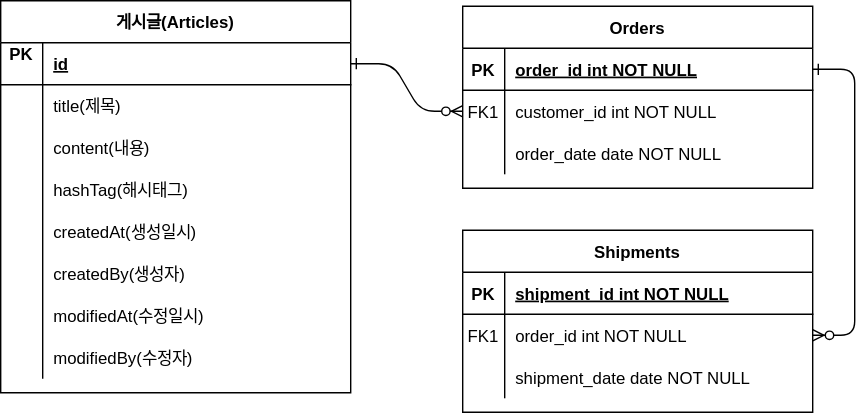
Earlier version of the draw.io export document/project-board-erd.svg (audmslpl/fastcampus-project-board). Source tidied: cells renumbered, new cells last; positions are measured from the earlier drawing's top-left corner, leaving out a move shared by most shapes.
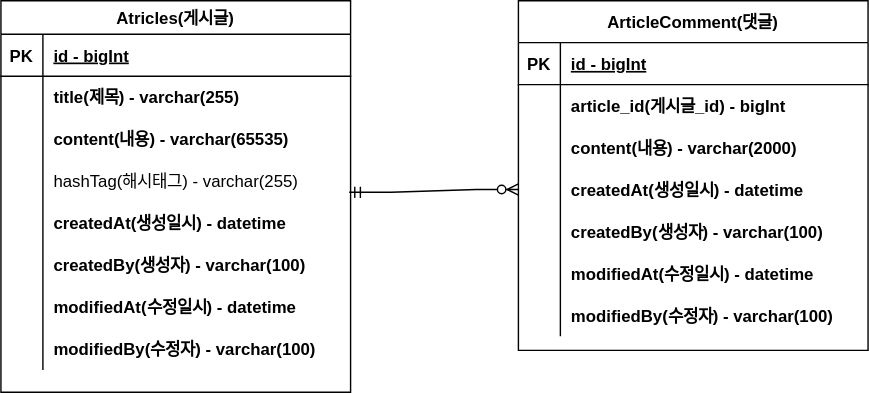
Later version of the same file.

Diff of the diagram source:
```diff
@@ -2,146 +2,149 @@
   <root>
     <mxCell id="0" />
     <mxCell id="1" parent="0" />
-    <mxCell id="2" style="edgeStyle=entityRelationEdgeStyle;endArrow=ERzeroToMany;startArrow=ERone;endFill=1;startFill=0;" parent="1" edge="1" source="25" target="8">
-      <mxGeometry relative="1" as="geometry" />
-    </mxCell>
-    <mxCell id="3" style="edgeStyle=entityRelationEdgeStyle;endArrow=ERzeroToMany;startArrow=ERone;endFill=1;startFill=0;" parent="1" edge="1" source="5" target="18">
-      <mxGeometry relative="1" as="geometry" />
-    </mxCell>
-    <mxCell id="4" value="Orders" style="shape=table;startSize=30;rowLines=0;fontStyle=1;align=center;" parent="1" vertex="1">
-      <mxGeometry x="330" y="4" width="250" height="130" as="geometry" />
-    </mxCell>
-    <mxCell id="5" style="shape=partialRectangle;fillColor=none;points=[[0,0.5],[1,0.5]];portConstraint=eastwest;top=0;left=0;right=0;bottom=1;" parent="4" vertex="1">
-      <mxGeometry y="30" width="250" height="30" as="geometry" />
-    </mxCell>
-    <mxCell id="6" value="PK" style="shape=partialRectangle;overflow=hidden;fillColor=none;top=0;left=0;bottom=0;right=0;fontStyle=1;" parent="5" vertex="1">
-      <mxGeometry width="30" height="30" as="geometry" />
-    </mxCell>
-    <mxCell id="7" value="order_id int NOT NULL " style="shape=partialRectangle;overflow=hidden;fillColor=none;top=0;left=0;bottom=0;right=0;align=left;spacingLeft=6;fontStyle=5;" parent="5" vertex="1">
-      <mxGeometry x="30" width="220" height="30" as="geometry" />
-    </mxCell>
-    <mxCell id="8" style="shape=partialRectangle;fillColor=none;points=[[0,0.5],[1,0.5]];portConstraint=eastwest;top=0;left=0;right=0;bottom=0;" parent="4" vertex="1">
-      <mxGeometry y="60" width="250" height="30" as="geometry" />
-    </mxCell>
-    <mxCell id="9" value="FK1" style="shape=partialRectangle;overflow=hidden;fillColor=none;top=0;left=0;bottom=0;right=0;" parent="8" vertex="1">
-      <mxGeometry width="30" height="30" as="geometry" />
-    </mxCell>
-    <mxCell id="10" value="customer_id int NOT NULL" style="shape=partialRectangle;overflow=hidden;fillColor=none;top=0;left=0;bottom=0;right=0;align=left;spacingLeft=6;" parent="8" vertex="1">
-      <mxGeometry x="30" width="220" height="30" as="geometry" />
-    </mxCell>
-    <mxCell id="11" style="shape=partialRectangle;fillColor=none;top=0;left=0;right=0;bottom=0;" parent="4" vertex="1">
-      <mxGeometry y="90" width="250" height="30" as="geometry" />
-    </mxCell>
-    <mxCell id="12" style="shape=partialRectangle;overflow=hidden;fillColor=none;top=0;left=0;bottom=0;right=0;" parent="11" vertex="1">
-      <mxGeometry width="30" height="30" as="geometry" />
-    </mxCell>
-    <mxCell id="13" value="order_date date NOT NULL" style="shape=partialRectangle;overflow=hidden;fillColor=none;top=0;left=0;bottom=0;right=0;align=left;spacingLeft=6;" parent="11" vertex="1">
-      <mxGeometry x="30" width="220" height="30" as="geometry" />
-    </mxCell>
-    <mxCell id="14" value="Shipments" style="shape=table;startSize=30;rowLines=0;fontStyle=1;align=center;" parent="1" vertex="1">
-      <mxGeometry x="330" y="164" width="250" height="130" as="geometry" />
-    </mxCell>
-    <mxCell id="15" style="shape=partialRectangle;fillColor=none;top=0;left=0;right=0;bottom=1;" parent="14" vertex="1">
-      <mxGeometry y="30" width="250" height="30" as="geometry" />
-    </mxCell>
-    <mxCell id="16" value="PK" style="shape=partialRectangle;overflow=hidden;fillColor=none;top=0;left=0;bottom=0;right=0;fontStyle=1;" parent="15" vertex="1">
-      <mxGeometry width="30" height="30" as="geometry" />
-    </mxCell>
-    <mxCell id="17" value="shipment_id int NOT NULL " style="shape=partialRectangle;overflow=hidden;fillColor=none;top=0;left=0;bottom=0;right=0;align=left;spacingLeft=6;fontStyle=5;" parent="15" vertex="1">
-      <mxGeometry x="30" width="220" height="30" as="geometry" />
-    </mxCell>
-    <mxCell id="18" style="shape=partialRectangle;fillColor=none;points=[[0,0.5],[1,0.5]];portConstraint=eastwest;top=0;left=0;right=0;bottom=0;" parent="14" vertex="1">
-      <mxGeometry y="60" width="250" height="30" as="geometry" />
-    </mxCell>
-    <mxCell id="19" value="FK1" style="shape=partialRectangle;overflow=hidden;fillColor=none;top=0;left=0;bottom=0;right=0;" parent="18" vertex="1">
-      <mxGeometry width="30" height="30" as="geometry" />
-    </mxCell>
-    <mxCell id="20" value="order_id int NOT NULL" style="shape=partialRectangle;overflow=hidden;fillColor=none;top=0;left=0;bottom=0;right=0;align=left;spacingLeft=6;" parent="18" vertex="1">
-      <mxGeometry x="30" width="220" height="30" as="geometry" />
-    </mxCell>
-    <mxCell id="21" style="shape=partialRectangle;fillColor=none;top=0;left=0;right=0;bottom=0;" parent="14" vertex="1">
-      <mxGeometry y="90" width="250" height="30" as="geometry" />
-    </mxCell>
-    <mxCell id="22" style="shape=partialRectangle;overflow=hidden;fillColor=none;top=0;left=0;bottom=0;right=0;" parent="21" vertex="1">
-      <mxGeometry width="30" height="30" as="geometry" />
-    </mxCell>
-    <mxCell id="23" value="shipment_date date NOT NULL" style="shape=partialRectangle;overflow=hidden;fillColor=none;top=0;left=0;bottom=0;right=0;align=left;spacingLeft=6;" parent="21" vertex="1">
-      <mxGeometry x="30" width="220" height="30" as="geometry" />
-    </mxCell>
-    <mxCell id="24" value="게시글(Articles)" style="shape=table;startSize=30;rowLines=0;fontStyle=1;align=center;" parent="1" vertex="1">
+    <mxCell id="24" value="Atricles(게시글)" style="shape=table;startSize=24;rowLines=0;fontStyle=1;align=center;" parent="1" vertex="1">
       <mxGeometry width="250" height="280" as="geometry" />
     </mxCell>
     <mxCell id="25" style="shape=partialRectangle;fillColor=none;points=[[0,0.5],[1,0.5]];portConstraint=eastwest;top=0;left=0;right=0;bottom=1;" parent="24" vertex="1">
-      <mxGeometry y="30" width="250" height="30" as="geometry" />
+      <mxGeometry y="24" width="250" height="30" as="geometry" />
     </mxCell>
-    <mxCell id="26" value="PK&#10;" style="shape=partialRectangle;overflow=hidden;fillColor=none;top=0;left=0;bottom=0;right=0;fontStyle=1;" parent="25" vertex="1">
+    <mxCell id="26" value="PK" style="shape=partialRectangle;overflow=hidden;fillColor=none;top=0;left=0;bottom=0;right=0;fontStyle=1;" parent="25" vertex="1">
       <mxGeometry width="30" height="30" as="geometry" />
     </mxCell>
-    <mxCell id="27" value="id" style="shape=partialRectangle;overflow=hidden;fillColor=none;top=0;left=0;bottom=0;right=0;align=left;spacingLeft=6;fontStyle=5;" parent="25" vertex="1">
+    <mxCell id="27" value="id - bigInt" style="shape=partialRectangle;overflow=hidden;fillColor=none;top=0;left=0;bottom=0;right=0;align=left;spacingLeft=6;fontStyle=5;" parent="25" vertex="1">
       <mxGeometry x="30" width="220" height="30" as="geometry" />
     </mxCell>
     <mxCell id="28" style="shape=partialRectangle;fillColor=none;top=0;left=0;right=0;bottom=0;" parent="24" vertex="1">
-      <mxGeometry y="60" width="250" height="30" as="geometry" />
+      <mxGeometry y="54" width="250" height="30" as="geometry" />
     </mxCell>
     <mxCell id="29" style="shape=partialRectangle;overflow=hidden;fillColor=none;top=0;left=0;bottom=0;right=0;" parent="28" vertex="1">
       <mxGeometry width="30" height="30" as="geometry" />
     </mxCell>
-    <mxCell id="30" value="title(제목)" style="shape=partialRectangle;overflow=hidden;fillColor=none;top=0;left=0;bottom=0;right=0;align=left;spacingLeft=6;" parent="28" vertex="1">
+    <mxCell id="30" value="title(제목) - varchar(255)" style="shape=partialRectangle;overflow=hidden;fillColor=none;top=0;left=0;bottom=0;right=0;align=left;spacingLeft=6;fontStyle=1;" parent="28" vertex="1">
       <mxGeometry x="30" width="220" height="30" as="geometry" />
     </mxCell>
     <mxCell id="31" style="shape=partialRectangle;fillColor=none;top=0;left=0;right=0;bottom=0;" parent="24" vertex="1">
-      <mxGeometry y="90" width="250" height="30" as="geometry" />
+      <mxGeometry y="84" width="250" height="30" as="geometry" />
     </mxCell>
     <mxCell id="32" style="shape=partialRectangle;overflow=hidden;fillColor=none;top=0;left=0;bottom=0;right=0;" parent="31" vertex="1">
       <mxGeometry width="30" height="30" as="geometry" />
     </mxCell>
-    <mxCell id="33" value="content(내용)" style="shape=partialRectangle;overflow=hidden;fillColor=none;top=0;left=0;bottom=0;right=0;align=left;spacingLeft=6;" parent="31" vertex="1">
+    <mxCell id="33" value="content(내용) - varchar(65535)" style="shape=partialRectangle;overflow=hidden;fillColor=none;top=0;left=0;bottom=0;right=0;align=left;spacingLeft=6;fontStyle=1;" parent="31" vertex="1">
       <mxGeometry x="30" width="220" height="30" as="geometry" />
     </mxCell>
     <mxCell id="34" style="shape=partialRectangle;fillColor=none;points=[[0,0.5],[1,0.5]];portConstraint=eastwest;top=0;left=0;right=0;bottom=0;" parent="24" vertex="1">
-      <mxGeometry y="120" width="250" height="30" as="geometry" />
+      <mxGeometry y="114" width="250" height="30" as="geometry" />
     </mxCell>
     <mxCell id="35" style="shape=partialRectangle;overflow=hidden;fillColor=none;top=0;left=0;bottom=0;right=0;" parent="34" vertex="1">
       <mxGeometry width="30" height="30" as="geometry" />
     </mxCell>
-    <mxCell id="36" value="hashTag(해시태그)" style="shape=partialRectangle;overflow=hidden;fillColor=none;top=0;left=0;bottom=0;right=0;align=left;spacingLeft=6;" parent="34" vertex="1">
+    <mxCell id="36" value="hashTag(해시태그) - varchar(255)" style="shape=partialRectangle;overflow=hidden;fillColor=none;top=0;left=0;bottom=0;right=0;align=left;spacingLeft=6;" parent="34" vertex="1">
       <mxGeometry x="30" width="220" height="30" as="geometry" />
     </mxCell>
     <mxCell id="37" style="shape=partialRectangle;fillColor=none;top=0;left=0;right=0;bottom=0;" parent="24" vertex="1">
-      <mxGeometry y="150" width="250" height="30" as="geometry" />
+      <mxGeometry y="144" width="250" height="30" as="geometry" />
     </mxCell>
     <mxCell id="38" style="shape=partialRectangle;overflow=hidden;fillColor=none;top=0;left=0;bottom=0;right=0;" parent="37" vertex="1">
       <mxGeometry width="30" height="30" as="geometry" />
     </mxCell>
-    <mxCell id="39" value="createdAt(생성일시)" style="shape=partialRectangle;overflow=hidden;fillColor=none;top=0;left=0;bottom=0;right=0;align=left;spacingLeft=6;" parent="37" vertex="1">
+    <mxCell id="39" value="createdAt(생성일시) - datetime" style="shape=partialRectangle;overflow=hidden;fillColor=none;top=0;left=0;bottom=0;right=0;align=left;spacingLeft=6;fontStyle=1;" parent="37" vertex="1">
       <mxGeometry x="30" width="220" height="30" as="geometry" />
     </mxCell>
     <mxCell id="40" style="shape=partialRectangle;fillColor=none;top=0;left=0;right=0;bottom=0;" parent="24" vertex="1">
-      <mxGeometry y="180" width="250" height="30" as="geometry" />
+      <mxGeometry y="174" width="250" height="30" as="geometry" />
     </mxCell>
     <mxCell id="41" style="shape=partialRectangle;overflow=hidden;fillColor=none;top=0;left=0;bottom=0;right=0;" parent="40" vertex="1">
       <mxGeometry width="30" height="30" as="geometry" />
     </mxCell>
-    <mxCell id="42" value="createdBy(생성자)" style="shape=partialRectangle;overflow=hidden;fillColor=none;top=0;left=0;bottom=0;right=0;align=left;spacingLeft=6;" parent="40" vertex="1">
+    <mxCell id="42" value="createdBy(생성자) - varchar(100)" style="shape=partialRectangle;overflow=hidden;fillColor=none;top=0;left=0;bottom=0;right=0;align=left;spacingLeft=6;fontStyle=1;" parent="40" vertex="1">
       <mxGeometry x="30" width="220" height="30" as="geometry" />
     </mxCell>
     <mxCell id="43" style="shape=partialRectangle;fillColor=none;top=0;left=0;right=0;bottom=0;" parent="24" vertex="1">
-      <mxGeometry y="210" width="250" height="30" as="geometry" />
+      <mxGeometry y="204" width="250" height="30" as="geometry" />
     </mxCell>
     <mxCell id="44" style="shape=partialRectangle;overflow=hidden;fillColor=none;top=0;left=0;bottom=0;right=0;" parent="43" vertex="1">
       <mxGeometry width="30" height="30" as="geometry" />
     </mxCell>
-    <mxCell id="45" value="modifiedAt(수정일시)" style="shape=partialRectangle;overflow=hidden;fillColor=none;top=0;left=0;bottom=0;right=0;align=left;spacingLeft=6;" parent="43" vertex="1">
+    <mxCell id="45" value="modifiedAt(수정일시) - datetime" style="shape=partialRectangle;overflow=hidden;fillColor=none;top=0;left=0;bottom=0;right=0;align=left;spacingLeft=6;fontStyle=1;" parent="43" vertex="1">
       <mxGeometry x="30" width="220" height="30" as="geometry" />
     </mxCell>
     <mxCell id="46" style="shape=partialRectangle;fillColor=none;top=0;left=0;right=0;bottom=0;" parent="24" vertex="1">
-      <mxGeometry y="240" width="250" height="30" as="geometry" />
+      <mxGeometry y="234" width="250" height="30" as="geometry" />
     </mxCell>
     <mxCell id="47" style="shape=partialRectangle;overflow=hidden;fillColor=none;top=0;left=0;bottom=0;right=0;" parent="46" vertex="1">
       <mxGeometry width="30" height="30" as="geometry" />
     </mxCell>
-    <mxCell id="48" value="modifiedBy(수정자)" style="shape=partialRectangle;overflow=hidden;fillColor=none;top=0;left=0;bottom=0;right=0;align=left;spacingLeft=6;" parent="46" vertex="1">
+    <mxCell id="48" value="modifiedBy(수정자) - varchar(100)" style="shape=partialRectangle;overflow=hidden;fillColor=none;top=0;left=0;bottom=0;right=0;align=left;spacingLeft=6;fontStyle=1;" parent="46" vertex="1">
       <mxGeometry x="30" width="220" height="30" as="geometry" />
     </mxCell>
+    <mxCell id="49" value="ArticleComment(댓글)" style="shape=table;startSize=30;rowLines=0;fontStyle=1;align=center;" parent="1" vertex="1">
+      <mxGeometry x="370" width="250" height="250" as="geometry" />
+    </mxCell>
+    <mxCell id="50" style="shape=partialRectangle;fillColor=none;top=0;left=0;right=0;bottom=1;" parent="49" vertex="1">
+      <mxGeometry y="30" width="250" height="30" as="geometry" />
+    </mxCell>
+    <mxCell id="51" value="PK" style="shape=partialRectangle;overflow=hidden;fillColor=none;top=0;left=0;bottom=0;right=0;fontStyle=1;" parent="50" vertex="1">
+      <mxGeometry width="30" height="30" as="geometry" />
+    </mxCell>
+    <mxCell id="52" value="id - bigInt" style="shape=partialRectangle;overflow=hidden;fillColor=none;top=0;left=0;bottom=0;right=0;align=left;spacingLeft=6;fontStyle=5;" parent="50" vertex="1">
+      <mxGeometry x="30" width="220" height="30" as="geometry" />
+    </mxCell>
+    <mxCell id="53" style="shape=partialRectangle;fillColor=none;top=0;left=0;right=0;bottom=0;" parent="49" vertex="1">
+      <mxGeometry y="60" width="250" height="30" as="geometry" />
+    </mxCell>
+    <mxCell id="54" style="shape=partialRectangle;overflow=hidden;fillColor=none;top=0;left=0;bottom=0;right=0;" parent="53" vertex="1">
+      <mxGeometry width="30" height="30" as="geometry" />
+    </mxCell>
+    <mxCell id="55" value="article_id(게시글_id) - bigInt" style="shape=partialRectangle;overflow=hidden;fillColor=none;top=0;left=0;bottom=0;right=0;align=left;spacingLeft=6;fontStyle=1;" parent="53" vertex="1">
+      <mxGeometry x="30" width="220" height="30" as="geometry" />
+    </mxCell>
+    <mxCell id="56" style="shape=partialRectangle;fillColor=none;top=0;left=0;right=0;bottom=0;" parent="49" vertex="1">
+      <mxGeometry y="90" width="250" height="30" as="geometry" />
+    </mxCell>
+    <mxCell id="57" style="shape=partialRectangle;overflow=hidden;fillColor=none;top=0;left=0;bottom=0;right=0;" parent="56" vertex="1">
+      <mxGeometry width="30" height="30" as="geometry" />
+    </mxCell>
+    <mxCell id="58" value="content(내용) - varchar(2000)" style="shape=partialRectangle;overflow=hidden;fillColor=none;top=0;left=0;bottom=0;right=0;align=left;spacingLeft=6;fontStyle=1;" parent="56" vertex="1">
+      <mxGeometry x="30" width="220" height="30" as="geometry" />
+    </mxCell>
+    <mxCell id="59" style="shape=partialRectangle;fillColor=none;points=[[0,0.5],[1,0.5]];portConstraint=eastwest;top=0;left=0;right=0;bottom=0;" parent="49" vertex="1">
+      <mxGeometry y="120" width="250" height="30" as="geometry" />
+    </mxCell>
+    <mxCell id="60" style="shape=partialRectangle;overflow=hidden;fillColor=none;top=0;left=0;bottom=0;right=0;" parent="59" vertex="1">
+      <mxGeometry width="30" height="30" as="geometry" />
+    </mxCell>
+    <mxCell id="61" value="createdAt(생성일시) - datetime" style="shape=partialRectangle;overflow=hidden;fillColor=none;top=0;left=0;bottom=0;right=0;align=left;spacingLeft=6;fontStyle=1;" parent="59" vertex="1">
+      <mxGeometry x="30" width="220" height="30" as="geometry" />
+    </mxCell>
+    <mxCell id="62" style="shape=partialRectangle;fillColor=none;top=0;left=0;right=0;bottom=0;" parent="49" vertex="1">
+      <mxGeometry y="150" width="250" height="30" as="geometry" />
+    </mxCell>
+    <mxCell id="63" style="shape=partialRectangle;overflow=hidden;fillColor=none;top=0;left=0;bottom=0;right=0;" parent="62" vertex="1">
+      <mxGeometry width="30" height="30" as="geometry" />
+    </mxCell>
+    <mxCell id="64" value="createdBy(생성자) - varchar(100)" style="shape=partialRectangle;overflow=hidden;fillColor=none;top=0;left=0;bottom=0;right=0;align=left;spacingLeft=6;fontStyle=1;" parent="62" vertex="1">
+      <mxGeometry x="30" width="220" height="30" as="geometry" />
+    </mxCell>
+    <mxCell id="65" style="shape=partialRectangle;fillColor=none;top=0;left=0;right=0;bottom=0;" parent="49" vertex="1">
+      <mxGeometry y="180" width="250" height="30" as="geometry" />
+    </mxCell>
+    <mxCell id="66" style="shape=partialRectangle;overflow=hidden;fillColor=none;top=0;left=0;bottom=0;right=0;" parent="65" vertex="1">
+      <mxGeometry width="30" height="30" as="geometry" />
+    </mxCell>
+    <mxCell id="67" value="modifiedAt(수정일시) - datetime" style="shape=partialRectangle;overflow=hidden;fillColor=none;top=0;left=0;bottom=0;right=0;align=left;spacingLeft=6;fontStyle=1;" parent="65" vertex="1">
+      <mxGeometry x="30" width="220" height="30" as="geometry" />
+    </mxCell>
+    <mxCell id="68" style="shape=partialRectangle;fillColor=none;top=0;left=0;right=0;bottom=0;" parent="49" vertex="1">
+      <mxGeometry y="210" width="250" height="30" as="geometry" />
+    </mxCell>
+    <mxCell id="69" style="shape=partialRectangle;overflow=hidden;fillColor=none;top=0;left=0;bottom=0;right=0;" parent="68" vertex="1">
+      <mxGeometry width="30" height="30" as="geometry" />
+    </mxCell>
+    <mxCell id="70" value="modifiedBy(수정자) - varchar(100)" style="shape=partialRectangle;overflow=hidden;fillColor=none;top=0;left=0;bottom=0;right=0;align=left;spacingLeft=6;fontStyle=1;" parent="68" vertex="1">
+      <mxGeometry x="30" width="220" height="30" as="geometry" />
+    </mxCell>
+    <mxCell id="71" style="edgeStyle=entityRelationEdgeStyle;fontSize=12;html=1;endArrow=ERzeroToMany;startArrow=ERmandOne;rounded=0;entryX=0;entryY=0.5;entryDx=0;entryDy=0;exitX=0.996;exitY=0.767;exitDx=0;exitDy=0;exitPerimeter=0;" parent="1" edge="1" source="34" target="59">
+      <mxGeometry relative="1" as="geometry" />
+    </mxCell>
   </root>
 </mxGraphModel>
```
